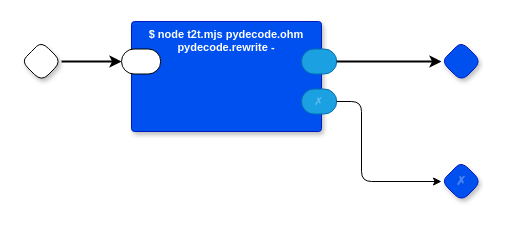
guitarvydas/rt keeps this draw.io diagram as page "Decode For Python" (4 of 7) of rt2py.drawio. Above is the earlier version. Source tidied: cells renumbered, new cells numbered last; positions are measured from the earlier drawing's top-left corner, leaving out a move shared by most shapes. Both pictures are drawn from the tidied source at 100%, with x=0, y=0 at pixel (21, 21).
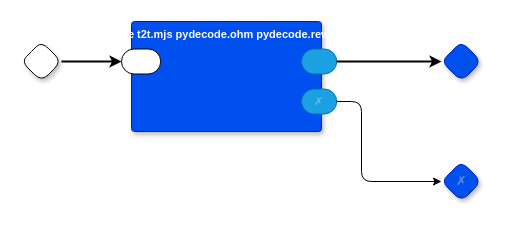
The same diagram, later.

Change to the diagram source:
```diff
@@
 <mxGraphModel>
   <root>
     <mxCell id="0" />
     <mxCell id="1" parent="0" />
     <mxCell id="2" style="rhombus;whiteSpace=wrap;html=1;rounded=1;fontStyle=1;glass=0;sketch=0;fontSize=12;points=[[0,0.5,0,0,0],[0.5,0,0,0,0],[0.5,1,0,0,0],[1,0.5,0,0,0]];shadow=1;fontFamily=Helvetica;fontColor=default;" parent="1" vertex="1">
       <mxGeometry y="20" width="40" height="40" as="geometry" />
     </mxCell>
     <mxCell id="3" style="rhombus;whiteSpace=wrap;html=1;rounded=1;fontStyle=1;glass=0;sketch=0;fontSize=12;points=[[0,0.5,0,0,0],[0.5,0,0,0,0],[0.5,1,0,0,0],[1,0.5,0,0,0]];shadow=1;fillColor=#0050ef;fontColor=#ffffff;strokeColor=#001DBC;fontFamily=Helvetica;" parent="1" vertex="1">
       <mxGeometry x="420" y="20" width="40" height="40" as="geometry" />
     </mxCell>
     <mxCell id="4" value="✗" style="rhombus;whiteSpace=wrap;html=1;rounded=1;fillColor=#0050ef;fontColor=#ffffff;strokeColor=#001DBC;fontStyle=1;glass=0;sketch=0;fontSize=12;points=[[0,0.5,0,0,0],[0.5,0,0,0,0],[0.5,1,0,0,0],[1,0.5,0,0,0]];shadow=1;textOpacity=30;" parent="1" vertex="1">
       <mxGeometry x="420" y="140" width="40" height="40" as="geometry" />
     </mxCell>
-    <mxCell id="5" value="$ node t2t.mjs pydecode.ohm pydecode.rewrite -" style="rounded=1;whiteSpace=wrap;html=1;sketch=0;verticalAlign=top;arcSize=6;fontStyle=1;absoluteArcSize=1;shadow=1;strokeColor=#001DBC;fillColor=#0050ef;fontColor=#ffffff;fontFamily=Helvetica;fontSize=11;" parent="1" vertex="1">
+    <mxCell id="5" value="$ node t2t.mjs pydecode.ohm pydecode.rewrite -" style="rounded=1;sketch=0;verticalAlign=top;arcSize=6;fontStyle=1;absoluteArcSize=1;shadow=1;strokeColor=#001DBC;fillColor=#0050ef;fontColor=#ffffff;fontFamily=Helvetica;fontSize=11;" parent="1" vertex="1">
       <mxGeometry x="110" width="190" height="110" as="geometry" />
     </mxCell>
     <mxCell id="6" style="rounded=1;whiteSpace=wrap;html=1;sketch=0;points=[[0,0.5,0,0,0],[1,0.5,0,0,0]];arcSize=50;fontFamily=Helvetica;fontSize=11;fontColor=default;" parent="5" vertex="1">
       <mxGeometry x="-10" y="27.5" width="39.2" height="25" as="geometry" />
     </mxCell>
     <mxCell id="7" style="rounded=1;whiteSpace=wrap;html=1;sketch=0;points=[[0,0.5,0,0,0],[1,0.5,0,0,0]];fillColor=#1ba1e2;fontColor=#ffffff;strokeColor=#006EAF;arcSize=50;fontFamily=Helvetica;fontSize=11;" parent="5" vertex="1">
       <mxGeometry x="170" y="27.5" width="35.2" height="25" as="geometry" />
     </mxCell>
     <mxCell id="8" value="✗" style="rounded=1;whiteSpace=wrap;html=1;sketch=0;points=[[0,0.5,0,0,0],[1,0.5,0,0,0]];fillColor=#1ba1e2;fontColor=#ffffff;strokeColor=#006EAF;arcSize=50;fontFamily=Helvetica;fontSize=11;textOpacity=30;" parent="5" vertex="1">
       <mxGeometry x="170" y="67.5" width="35.2" height="25" as="geometry" />
     </mxCell>
     <mxCell id="9" style="edgeStyle=orthogonalEdgeStyle;rounded=0;jettySize=auto;html=1;exitX=1;exitY=0.5;exitDx=0;exitDy=0;exitPerimeter=0;entryX=0;entryY=0.5;entryDx=0;entryDy=0;entryPerimeter=0;strokeWidth=2;" parent="1" edge="1" source="2" target="6">
       <mxGeometry relative="1" as="geometry" />
     </mxCell>
     <mxCell id="10" style="edgeStyle=orthogonalEdgeStyle;rounded=0;jettySize=auto;html=1;exitX=1;exitY=0.5;exitDx=0;exitDy=0;exitPerimeter=0;strokeWidth=2;entryX=0;entryY=0.5;entryDx=0;entryDy=0;entryPerimeter=0;" parent="1" edge="1" source="7" target="3">
       <mxGeometry relative="1" as="geometry" />
     </mxCell>
     <mxCell id="11" style="edgeStyle=orthogonalEdgeStyle;rounded=1;jettySize=auto;html=1;exitX=1;exitY=0.5;exitDx=0;exitDy=0;exitPerimeter=0;entryX=0;entryY=0.5;entryDx=0;entryDy=0;entryPerimeter=0;curved=0;" parent="1" edge="1" source="8" target="4">
       <mxGeometry relative="1" as="geometry">
         <Array as="points">
           <mxPoint x="340" y="80" />
           <mxPoint x="340" y="160" />
         </Array>
       </mxGeometry>
     </mxCell>
   </root>
 </mxGraphModel>
```
